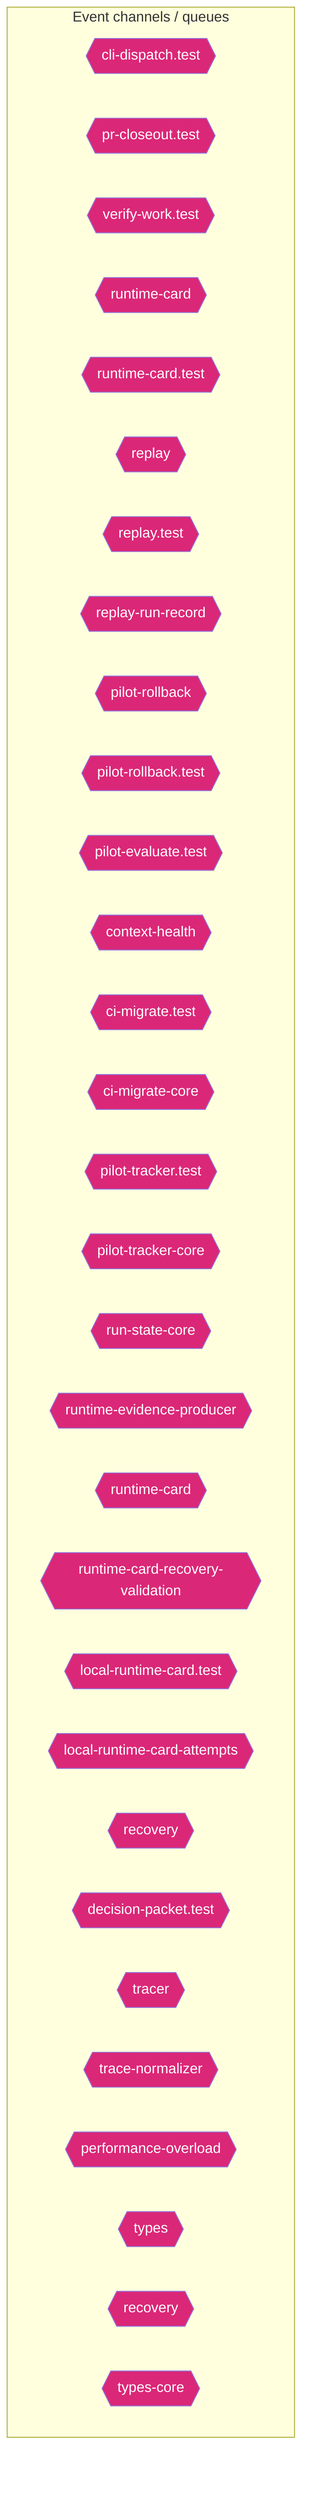
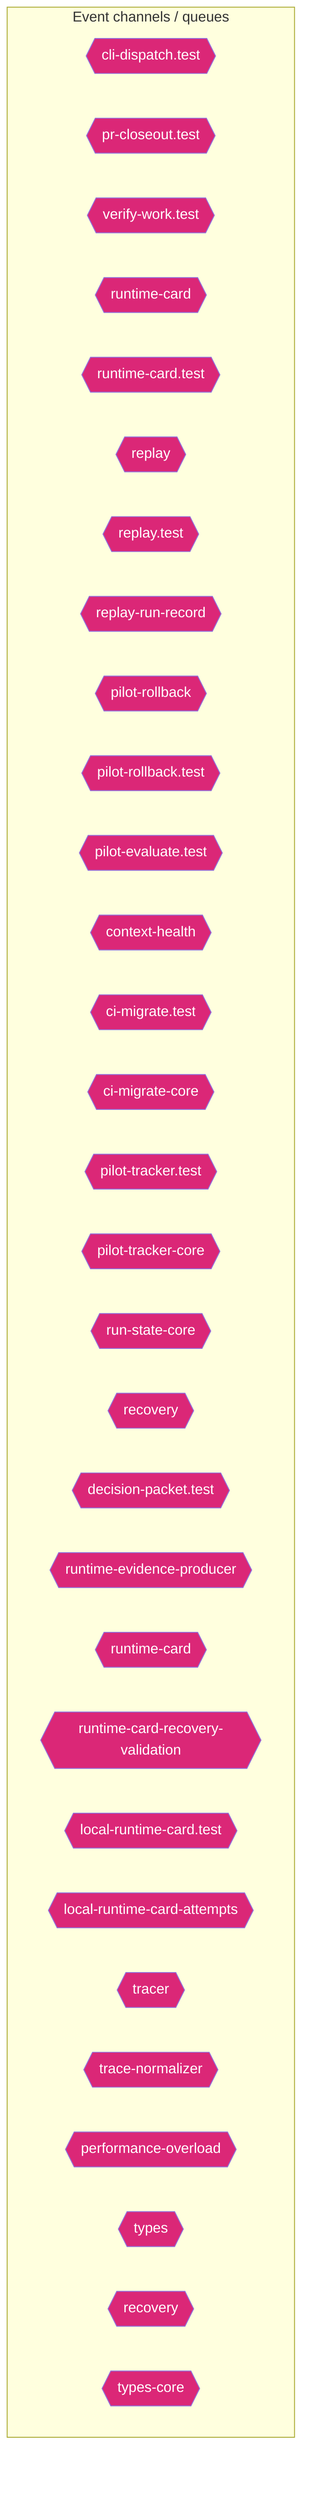
flowchart TD
  subgraph Channels["Event channels / queues"]
    cli_dispatch_test_54c9f17b{{"cli-dispatch.test"}}
    pr_closeout_test_12a1ffdd{{"pr-closeout.test"}}
    verify_work_test_0e12f6c5{{"verify-work.test"}}
    runtime_card_e06b53e1{{"runtime-card"}}
    runtime_card_test_af812837{{"runtime-card.test"}}
    replay_ac203c98{{"replay"}}
    replay_test_935f7436{{"replay.test"}}
    replay_run_record_9a08cce2{{"replay-run-record"}}
    pilot_rollback_00c1f82c{{"pilot-rollback"}}
    pilot_rollback_test_e61d5a2b{{"pilot-rollback.test"}}
    pilot_evaluate_test_a2ac06fc{{"pilot-evaluate.test"}}
    context_health_80bb7da9{{"context-health"}}
    ci_migrate_test_2a015bb9{{"ci-migrate.test"}}
    ci_migrate_core_7005b5af{{"ci-migrate-core"}}
    pilot_tracker_test_80398a66{{"pilot-tracker.test"}}
    pilot_tracker_core_80d8ac96{{"pilot-tracker-core"}}
    run_state_core_25a955bc{{"run-state-core"}}
+     recovery_8c585378{{"recovery"}}
+     decision_packet_test_9ea0e97b{{"decision-packet.test"}}
    runtime_evidence_producer_ea388cb5{{"runtime-evidence-producer"}}
    runtime_card_1_465a49d2{{"runtime-card"}}
    runtime_card_recovery_validation_e216d883{{"runtime-card-recovery-validation"}}
    local_runtime_card_test_b508222b{{"local-runtime-card.test"}}
    local_runtime_card_attempts_28aa46ea{{"local-runtime-card-attempts"}}
-     recovery_8c585378{{"recovery"}}
-     decision_packet_test_9ea0e97b{{"decision-packet.test"}}
    tracer_1e6243a2{{"tracer"}}
    trace_normalizer_cb1be1d2{{"trace-normalizer"}}
    performance_overload_c685bfcf{{"performance-overload"}}
-     types_8_f6283648{{"types"}}
+     types_7_2f1ed65e{{"types"}}
    recovery_1_4d1804ab{{"recovery"}}
    types_core_e405ddca{{"types-core"}}
  end
  classDef eventNode fill:#db2777,color:#fff
-   class cli_dispatch_test_54c9f17b,pr_closeout_test_12a1ffdd,verify_work_test_0e12f6c5,runtime_card_e06b53e1,runtime_card_test_af812837,replay_ac203c98,replay_test_935f7436,replay_run_record_9a08cce2,pilot_rollback_00c1f82c,pilot_rollback_test_e61d5a2b,pilot_evaluate_test_a2ac06fc,context_health_80bb7da9,ci_migrate_test_2a015bb9,ci_migrate_core_7005b5af,pilot_tracker_test_80398a66,pilot_tracker_core_80d8ac96,run_state_core_25a955bc,runtime_evidence_producer_ea388cb5,runtime_card_1_465a49d2,runtime_card_recovery_validation_e216d883,local_runtime_card_test_b508222b,local_runtime_card_attempts_28aa46ea,recovery_8c585378,decision_packet_test_9ea0e97b,tracer_1e6243a2,trace_normalizer_cb1be1d2,performance_overload_c685bfcf,types_8_f6283648,recovery_1_4d1804ab,types_core_e405ddca eventNode
+   class cli_dispatch_test_54c9f17b,pr_closeout_test_12a1ffdd,verify_work_test_0e12f6c5,runtime_card_e06b53e1,runtime_card_test_af812837,replay_ac203c98,replay_test_935f7436,replay_run_record_9a08cce2,pilot_rollback_00c1f82c,pilot_rollback_test_e61d5a2b,pilot_evaluate_test_a2ac06fc,context_health_80bb7da9,ci_migrate_test_2a015bb9,ci_migrate_core_7005b5af,pilot_tracker_test_80398a66,pilot_tracker_core_80d8ac96,run_state_core_25a955bc,recovery_8c585378,decision_packet_test_9ea0e97b,runtime_evidence_producer_ea388cb5,runtime_card_1_465a49d2,runtime_card_recovery_validation_e216d883,local_runtime_card_test_b508222b,local_runtime_card_attempts_28aa46ea,tracer_1e6243a2,trace_normalizer_cb1be1d2,performance_overload_c685bfcf,types_7_2f1ed65e,recovery_1_4d1804ab,types_core_e405ddca eventNode
